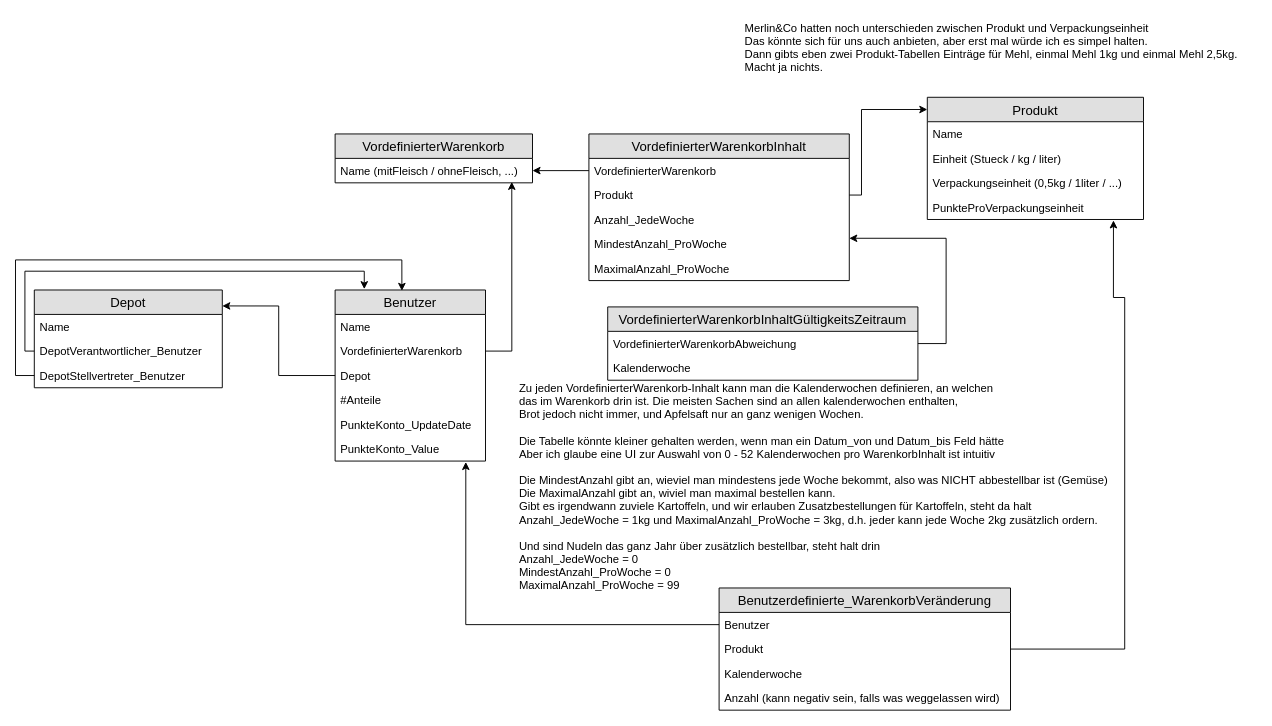
The draw.io diagram solawi_bestellsystem_database_neu.drawio in regenduft/bestellsystem, before the edit. Source tidied: cells renumbered, new cells numbered last; positions are measured from the earlier drawing's top-left corner, leaving out a move shared by most shapes. Both pictures are drawn from the tidied source at 94%, with x=0, y=0 at pixel (15, 15).
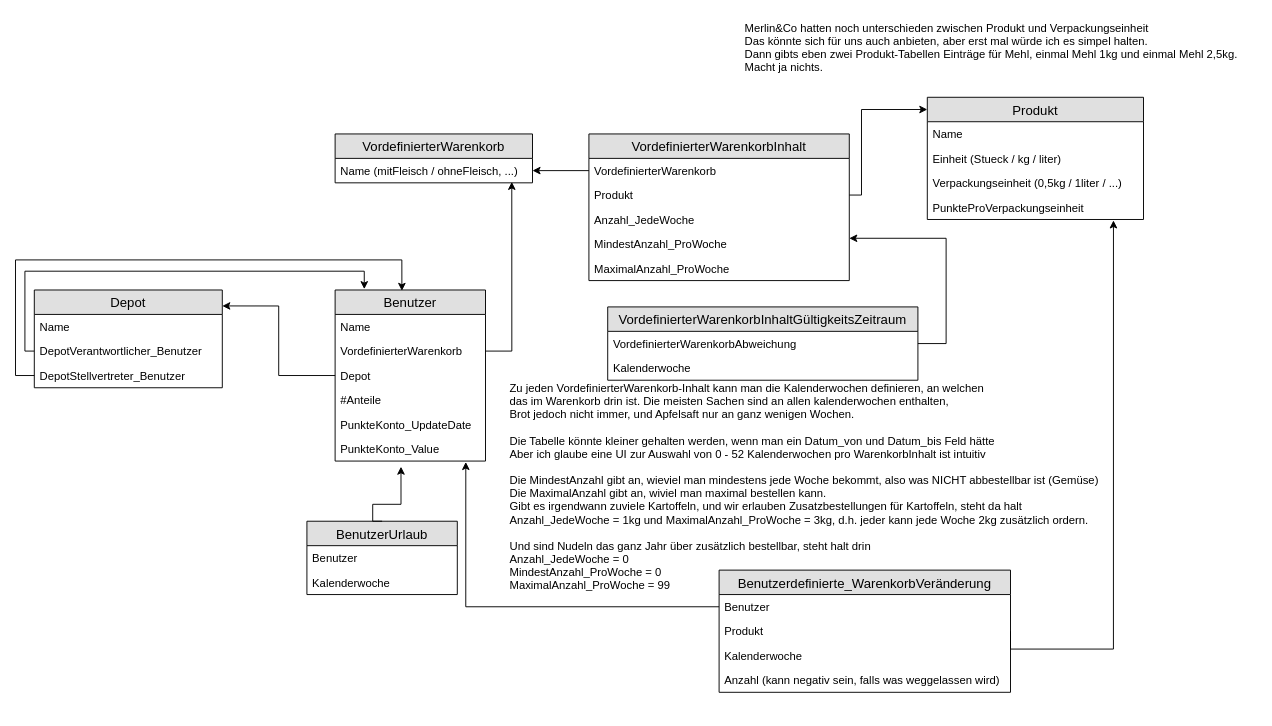
Above is the later version.

Unchanged cells that the change refers to:
```xml
<mxCell id="7" value="PunkteProVerpackungseinheit" style="text;strokeColor=none;fillColor=none;spacingLeft=4;spacingRight=4;overflow=hidden;points=[[0,0.5],[1,0.5]];portConstraint=eastwest;fontSize=12;" parent="3" vertex="1">
  <mxGeometry y="104" width="230" height="26" as="geometry" />
</mxCell>
<mxCell id="16" value="PunkteKonto_Value" style="text;strokeColor=none;fillColor=none;spacingLeft=4;spacingRight=4;overflow=hidden;points=[[0,0.5],[1,0.5]];portConstraint=eastwest;fontSize=12;" parent="10" vertex="1">
  <mxGeometry y="156" width="160" height="26" as="geometry" />
</mxCell>
<mxCell id="25" value="Produkt" style="text;strokeColor=none;fillColor=none;spacingLeft=4;spacingRight=4;overflow=hidden;points=[[0,0.5],[1,0.5]];portConstraint=eastwest;fontSize=12;" parent="23" vertex="1">
  <mxGeometry y="52" width="310" height="26" as="geometry" />
</mxCell>
```

The edit, as a diff of the source:
```diff
@@
     <mxCell id="23" value="Benutzerdefinierte_WarenkorbVeränderung" style="swimlane;fontStyle=0;horizontal=1;startSize=26;fillColor=#e0e0e0;swimlaneFillColor=#ffffff;align=center;fontSize=14;" parent="1" vertex="1">
-      <mxGeometry x="748.5" y="609" width="310" height="130" as="geometry" />
+      <mxGeometry x="748.5" y="590" width="310" height="130" as="geometry" />
     </mxCell>
@@
     <mxCell id="30" style="edgeStyle=orthogonalEdgeStyle;rounded=0;jettySize=auto;html=1;entryX=0.861;entryY=1.038;entryDx=0;entryDy=0;entryPerimeter=0;exitX=1;exitY=0.5;exitDx=0;exitDy=0;" parent="1" edge="1" source="25" target="7">
       <mxGeometry relative="1" as="geometry">
         <Array as="points">
-          <mxPoint x="1180" y="674" />
-          <mxPoint x="1180" y="300" />
-          <mxPoint x="1168" y="300" />
+          <mxPoint x="1059" y="674" />
+          <mxPoint x="1168" y="674" />
         </Array>
       </mxGeometry>
     </mxCell>
@@
     <mxCell id="44" value="Zu jeden VordefinierterWarenkorb-Inhalt kann man die Kalenderwochen definieren, an welchen&#10;das im Warenkorb drin ist. Die meisten Sachen sind an allen kalenderwochen enthalten,&#10;Brot jedoch nicht immer, und Apfelsaft nur an ganz wenigen Wochen.&#10;&#10;Die Tabelle könnte kleiner gehalten werden, wenn man ein Datum_von und Datum_bis Feld hätte&#10;Aber ich glaube eine UI zur Auswahl von 0 - 52 Kalenderwochen pro WarenkorbInhalt ist intuitiv&#10;&#10;Die MindestAnzahl gibt an, wieviel man mindestens jede Woche bekommt, also was NICHT abbestellbar ist (Gemüse)&#10;Die MaximalAnzahl gibt an, wiviel man maximal bestellen kann.&#10;Gibt es irgendwann zuviele Kartoffeln, und wir erlauben Zusatzbestellungen für Kartoffeln, steht da halt &#10;Anzahl_JedeWoche = 1kg und MaximalAnzahl_ProWoche = 3kg, d.h. jeder kann jede Woche 2kg zusätzlich ordern.&#10;&#10;Und sind Nudeln das ganz Jahr über zusätzlich bestellbar, steht halt drin&#10;Anzahl_JedeWoche = 0&#10;MindestAnzahl_ProWoche = 0&#10;MaximalAnzahl_ProWoche = 99&#10;&#10;" style="text;strokeColor=none;fillColor=none;spacingLeft=4;spacingRight=4;overflow=hidden;fontSize=12;" parent="1" vertex="1">
-      <mxGeometry x="530" y="383" width="660" height="226" as="geometry" />
+      <mxGeometry x="520" y="383" width="660" height="226" as="geometry" />
     </mxCell>
+    <mxCell id="45" value="BenutzerUrlaub" style="swimlane;fontStyle=0;horizontal=1;startSize=26;fillColor=#e0e0e0;swimlaneFillColor=#ffffff;align=center;fontSize=14;" parent="1" vertex="1">
+      <mxGeometry x="310" y="538" width="160" height="78" as="geometry" />
+    </mxCell>
+    <mxCell id="46" value="Benutzer" style="text;strokeColor=none;fillColor=none;spacingLeft=4;spacingRight=4;overflow=hidden;fontSize=12;" parent="45" vertex="1">
+      <mxGeometry y="26" width="160" height="26" as="geometry" />
+    </mxCell>
+    <mxCell id="47" value="Kalenderwoche" style="text;strokeColor=none;fillColor=none;spacingLeft=4;spacingRight=4;overflow=hidden;fontSize=12;" parent="45" vertex="1">
+      <mxGeometry y="52" width="160" height="26" as="geometry" />
+    </mxCell>
+    <mxCell id="48" style="edgeStyle=orthogonalEdgeStyle;rounded=0;jettySize=auto;html=1;exitX=0.5;exitY=0;exitDx=0;exitDy=0;entryX=0.438;entryY=1.231;entryDx=0;entryDy=0;entryPerimeter=0;" parent="1" edge="1" source="45" target="16">
+      <mxGeometry relative="1" as="geometry">
+        <Array as="points">
+          <mxPoint x="380" y="520" />
+          <mxPoint x="410" y="520" />
+        </Array>
+      </mxGeometry>
+    </mxCell>
```
